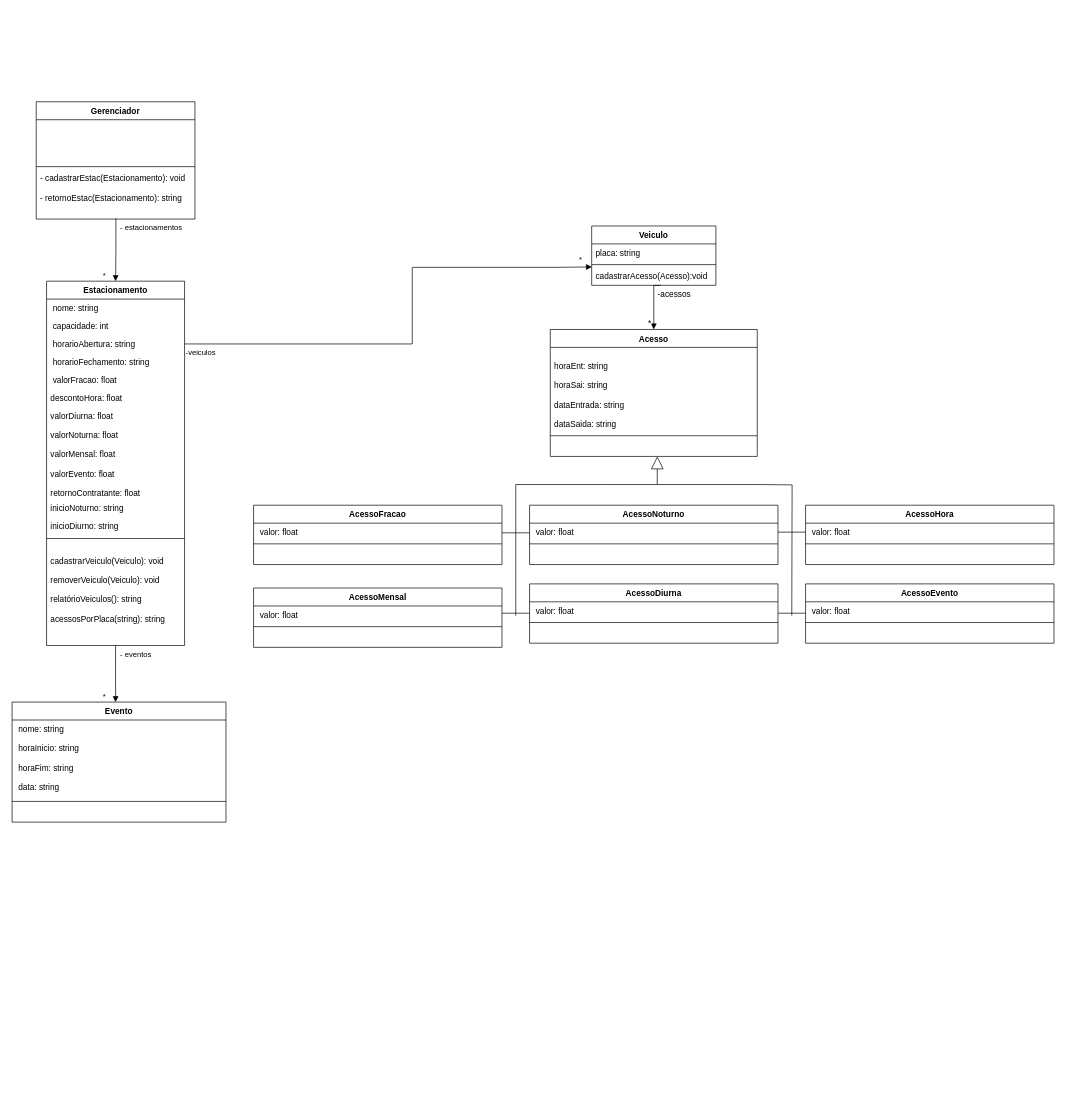
The draw.io diagram page "Classes" (1 of 2) of Trabalho1_estacionamento.drawio in ItaloBrunoM/OO_trabalho, before the edit. Source tidied: cells renumbered, new cells numbered last; positions are measured from the earlier drawing's top-left corner, leaving out a move shared by most shapes. Both pictures are drawn from the tidied source at 69%, with x=0, y=0 at pixel (12, 101).
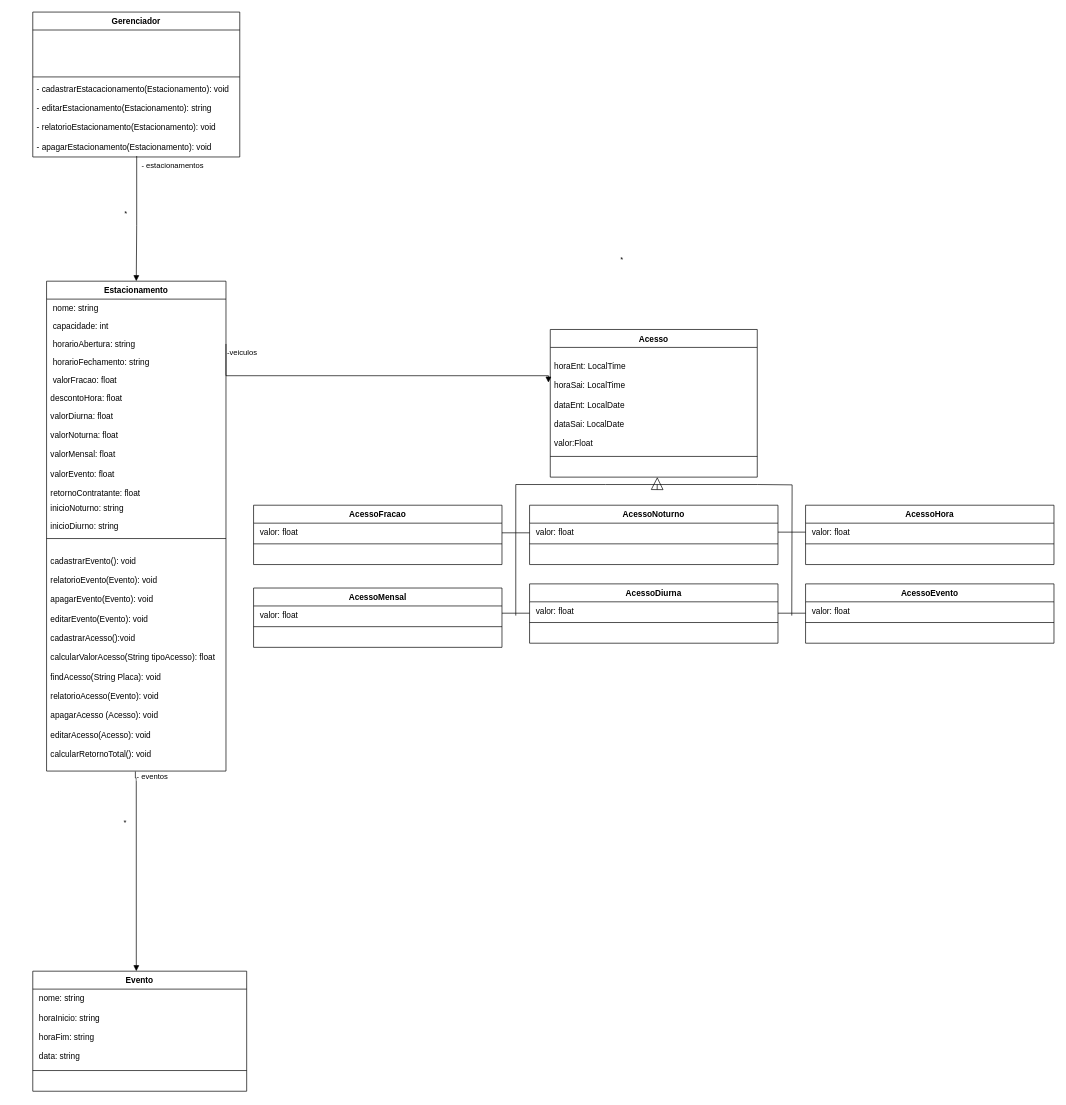
Above is the later version.

Change to the diagram source:
```diff
@@
     <mxCell id="2" value="Estacionamento&#10;" style="swimlane;fontStyle=1;align=center;verticalAlign=top;horizontal=1;startSize=26;" parent="1" vertex="1">
-      <mxGeometry x="50" y="260" width="200" height="528" as="geometry" />
+      <mxGeometry x="50" y="260" width="260" height="710" as="geometry" />
     </mxCell>
     <mxCell id="3" value=" nome: string" style="text;strokeColor=none;fillColor=none;align=left;verticalAlign=top;spacingLeft=4;spacingRight=4;overflow=hidden;" parent="2" vertex="1">
-      <mxGeometry y="26" width="200" height="26" as="geometry" />
+      <mxGeometry y="26" width="260" height="26" as="geometry" />
     </mxCell>
     <mxCell id="4" value=" capacidade: int&#10;" style="text;strokeColor=none;fillColor=none;align=left;verticalAlign=top;spacingLeft=4;spacingRight=4;overflow=hidden;" parent="2" vertex="1">
-      <mxGeometry y="52" width="200" height="26" as="geometry" />
+      <mxGeometry y="52" width="260" height="26" as="geometry" />
     </mxCell>
     <mxCell id="5" value=" horarioAbertura: string" style="text;strokeColor=none;fillColor=none;align=left;verticalAlign=top;spacingLeft=4;spacingRight=4;overflow=hidden;points=[[0,0.5],[1,0.5]];portConstraint=eastwest;" parent="2" vertex="1">
-      <mxGeometry y="78" width="200" height="26" as="geometry" />
+      <mxGeometry y="78" width="260" height="26" as="geometry" />
     </mxCell>
     <mxCell id="6" value=" horarioFechamento: string" style="text;strokeColor=none;fillColor=none;align=left;verticalAlign=top;spacingLeft=4;spacingRight=4;overflow=hidden;" parent="2" vertex="1">
-      <mxGeometry y="104" width="200" height="26" as="geometry" />
+      <mxGeometry y="104" width="260" height="26" as="geometry" />
     </mxCell>
     <mxCell id="7" value=" valorFracao: float&#10;" style="text;strokeColor=none;fillColor=none;align=left;verticalAlign=top;spacingLeft=4;spacingRight=4;overflow=hidden;" parent="2" vertex="1">
-      <mxGeometry y="130" width="200" height="26" as="geometry" />
+      <mxGeometry y="130" width="260" height="26" as="geometry" />
     </mxCell>
     <mxCell id="8" value="descontoHora: float" style="text;strokeColor=none;fillColor=none;align=left;verticalAlign=top;spacingLeft=4;spacingRight=4;overflow=hidden;" parent="2" vertex="1">
-      <mxGeometry y="156" width="200" height="26" as="geometry" />
+      <mxGeometry y="156" width="260" height="26" as="geometry" />
     </mxCell>
     <mxCell id="9" value="valorDiurna: float&#10;&#10;valorNoturna: float&#10;&#10;valorMensal: float&#10;&#10;valorEvento: float&#10;&#10;retornoContratante: float&#10;&#10;" style="text;strokeColor=none;fillColor=none;align=left;verticalAlign=top;spacingLeft=4;spacingRight=4;overflow=hidden;" parent="2" vertex="1">
-      <mxGeometry y="182" width="200" height="134" as="geometry" />
+      <mxGeometry y="182" width="260" height="134" as="geometry" />
     </mxCell>
     <mxCell id="10" value="inicioNoturno: string" style="text;strokeColor=none;fillColor=none;align=left;verticalAlign=top;spacingLeft=4;spacingRight=4;overflow=hidden;" parent="2" vertex="1">
-      <mxGeometry y="316" width="200" height="26" as="geometry" />
+      <mxGeometry y="316" width="260" height="26" as="geometry" />
     </mxCell>
     <mxCell id="11" value="inicioDiurno: string" style="text;strokeColor=none;fillColor=none;align=left;verticalAlign=top;spacingLeft=4;spacingRight=4;overflow=hidden;" parent="2" vertex="1">
-      <mxGeometry y="342" width="200" height="26" as="geometry" />
+      <mxGeometry y="342" width="260" height="26" as="geometry" />
     </mxCell>
     <mxCell id="12" style="line;strokeWidth=1;fillColor=none;align=left;verticalAlign=middle;spacingTop=-1;spacingLeft=3;spacingRight=3;labelPosition=right;" parent="2" vertex="1">
-      <mxGeometry y="368" width="200" height="10" as="geometry" />
+      <mxGeometry y="368" width="260" height="10" as="geometry" />
     </mxCell>
-    <mxCell id="13" value="&#10;cadastrarVeiculo(Veiculo): void&#10;&#10;removerVeiculo(Veiculo): void&#10;&#10;relatórioVeiculos(): string&#10;&#10;acessosPorPlaca(string): string&#10;" style="text;strokeColor=none;fillColor=none;align=left;verticalAlign=top;spacingLeft=4;spacingRight=4;overflow=hidden;points=[[0,0.5],[1,0.5]];portConstraint=eastwest;" parent="2" vertex="1">
-      <mxGeometry y="378" width="200" height="150" as="geometry" />
+    <mxCell id="13" value="&#10;cadastrarEvento(): void&#10;&#10;relatorioEvento(Evento): void&#10;&#10;apagarEvento(Evento): void&#10;&#10;editarEvento(Evento): void&#10;&#10;cadastrarAcesso():void&#10;&#10;calcularValorAcesso(String tipoAcesso): float&#10;&#10;findAcesso(String Placa): void&#10;&#10;relatorioAcesso(Evento): void&#10;&#10;apagarAcesso (Acesso): void&#10;&#10;editarAcesso(Acesso): void&#10;&#10;calcularRetornoTotal(): void" style="text;strokeColor=none;fillColor=none;align=left;verticalAlign=top;spacingLeft=4;spacingRight=4;overflow=hidden;points=[[0,0.5],[1,0.5]];portConstraint=eastwest;" parent="2" vertex="1">
+      <mxGeometry y="378" width="260" height="332" as="geometry" />
     </mxCell>
     <mxCell id="14" value="Acesso" style="swimlane;fontStyle=1;align=center;verticalAlign=top;horizontal=1;startSize=26;" parent="1" vertex="1">
-      <mxGeometry x="780" y="330" width="300" height="184" as="geometry" />
+      <mxGeometry x="780" y="330" width="300" height="214" as="geometry" />
     </mxCell>
-    <mxCell id="15" value="&#10;horaEnt: string&#10;&#10;horaSai: string&#10;&#10;dataEntrada: string&#10;&#10;dataSaida: string" style="text;strokeColor=none;fillColor=none;align=left;verticalAlign=top;spacingLeft=4;spacingRight=4;overflow=hidden;points=[[0,0.5],[1,0.5]];portConstraint=eastwest;" parent="14" vertex="1">
-      <mxGeometry y="26" width="300" height="124" as="geometry" />
+    <mxCell id="15" value="&#10;horaEnt: LocalTime&#10;&#10;horaSai: LocalTime&#10;&#10;dataEnt: LocalDate&#10;&#10;dataSai: LocalDate&#10;&#10;valor:Float" style="text;strokeColor=none;fillColor=none;align=left;verticalAlign=top;spacingLeft=4;spacingRight=4;overflow=hidden;points=[[0,0.5],[1,0.5]];portConstraint=eastwest;" parent="14" vertex="1">
+      <mxGeometry y="26" width="300" height="154" as="geometry" />
     </mxCell>
     <mxCell id="16" style="line;strokeWidth=1;fillColor=none;align=left;verticalAlign=middle;spacingTop=-1;spacingLeft=3;spacingRight=3;labelPosition=right;" parent="14" vertex="1">
-      <mxGeometry y="150" width="300" height="8" as="geometry" />
+      <mxGeometry y="180" width="300" height="8" as="geometry" />
     </mxCell>
     <mxCell id="17" value="&#10;&#10;" style="text;strokeColor=none;fillColor=none;align=left;verticalAlign=top;spacingLeft=4;spacingRight=4;overflow=hidden;points=[[0,0.5],[1,0.5]];portConstraint=eastwest;" parent="14" vertex="1">
-      <mxGeometry y="158" width="300" height="26" as="geometry" />
+      <mxGeometry y="188" width="300" height="26" as="geometry" />
     </mxCell>
-    <mxCell id="18" value="-veiculos" style="endArrow=block;endFill=1;html=1;edgeStyle=orthogonalEdgeStyle;align=left;verticalAlign=top;rounded=0;exitX=1;exitY=0.5;exitDx=0;exitDy=0;entryX=0.002;entryY=-0.025;entryDx=0;entryDy=0;entryPerimeter=0;" parent="1" edge="1" source="5" target="67">
+    <mxCell id="18" value="-veiculos" style="endArrow=block;endFill=1;html=1;edgeStyle=orthogonalEdgeStyle;align=left;verticalAlign=top;rounded=0;exitX=1;exitY=0.5;exitDx=0;exitDy=0;entryX=-0.009;entryY=0.331;entryDx=0;entryDy=0;entryPerimeter=0;" parent="1" edge="1" source="5" target="15">
       <mxGeometry x="-1" relative="1" as="geometry">
         <Array as="points">
-          <mxPoint x="580" y="351" />
-          <mxPoint x="580" y="240" />
-          <mxPoint x="788" y="240" />
+          <mxPoint x="310" y="397" />
         </Array>
       </mxGeometry>
     </mxCell>
@@
     <mxCell id="44" value="Evento" style="swimlane;fontStyle=1;align=center;verticalAlign=top;horizontal=1;startSize=26;" parent="1" vertex="1">
-      <mxGeometry y="870" width="310" height="174" as="geometry" />
+      <mxGeometry x="30" y="1260" width="310" height="174" as="geometry" />
     </mxCell>
@@
     <mxCell id="56" value="- eventos" style="endArrow=block;endFill=1;html=1;edgeStyle=orthogonalEdgeStyle;align=left;verticalAlign=top;rounded=0;entryX=0.484;entryY=0;entryDx=0;entryDy=0;exitX=0.495;exitY=1.002;exitDx=0;exitDy=0;exitPerimeter=0;entryPerimeter=0;" parent="1" edge="1" source="13" target="44">
       <mxGeometry x="-1" y="-6" relative="1" as="geometry">
         <Array as="points">
-          <mxPoint x="150" y="788" />
+          <mxPoint x="179" y="980" />
+          <mxPoint x="180" y="980" />
         </Array>
         <mxPoint x="6" y="-6" as="offset" />
       </mxGeometry>
     </mxCell>
@@
     <mxCell id="58" value="Gerenciador&#10;" style="swimlane;fontStyle=1;align=center;verticalAlign=top;horizontal=1;startSize=26;" parent="1" vertex="1">
-      <mxGeometry x="35" width="230" height="170" as="geometry" />
+      <mxGeometry x="30" y="-130" width="300" height="210" as="geometry" />
     </mxCell>
     <mxCell id="59" value="&#10;&#10;" style="text;strokeColor=none;fillColor=none;align=left;verticalAlign=top;spacingLeft=4;spacingRight=4;overflow=hidden;" parent="58" vertex="1">
-      <mxGeometry y="26" width="230" height="64" as="geometry" />
+      <mxGeometry y="26" width="300" height="64" as="geometry" />
     </mxCell>
     <mxCell id="60" style="line;strokeWidth=1;fillColor=none;align=left;verticalAlign=middle;spacingTop=-1;spacingLeft=3;spacingRight=3;labelPosition=right;" parent="58" vertex="1">
-      <mxGeometry y="90" width="230" height="8" as="geometry" />
+      <mxGeometry y="90" width="300" height="8" as="geometry" />
     </mxCell>
-    <mxCell id="61" value="- cadastrarEstac(Estacionamento): void&#10;&#10;- retornoEstac(Estacionamento): string" style="text;strokeColor=none;fillColor=none;align=left;verticalAlign=top;spacingLeft=4;spacingRight=4;overflow=hidden;points=[[0,0.5],[1,0.5]];portConstraint=eastwest;" parent="58" vertex="1">
-      <mxGeometry y="98" width="230" height="72" as="geometry" />
+    <mxCell id="61" value="- cadastrarEstacacionamento(Estacionamento): void&#10;&#10;- editarEstacionamento(Estacionamento): string&#10;&#10;- relatorioEstacionamento(Estacionamento): void&#10;&#10;- apagarEstacionamento(Estacionamento): void" style="text;strokeColor=none;fillColor=none;align=left;verticalAlign=top;spacingLeft=4;spacingRight=4;overflow=hidden;points=[[0,0.5],[1,0.5]];portConstraint=eastwest;" parent="58" vertex="1">
+      <mxGeometry y="98" width="300" height="112" as="geometry" />
     </mxCell>
     <mxCell id="62" value="- estacionamentos" style="endArrow=block;endFill=1;html=1;edgeStyle=orthogonalEdgeStyle;align=left;verticalAlign=top;rounded=0;exitX=0.502;exitY=0.988;exitDx=0;exitDy=0;exitPerimeter=0;entryX=0.5;entryY=0;entryDx=0;entryDy=0;" parent="1" edge="1" source="61" target="2">
-      <mxGeometry x="-1" y="5" relative="1" as="geometry" />
+      <mxGeometry x="-1" y="5" relative="1" as="geometry">
+        <Array as="points">
+          <mxPoint x="180" y="179" />
+        </Array>
+      </mxGeometry>
     </mxCell>
@@
-    <mxCell id="64" value="Veiculo" style="swimlane;fontStyle=1;align=center;verticalAlign=top;horizontal=1;startSize=26;labelBackgroundColor=#FFFFFF;fontFamily=Helvetica;fontSize=12;fontColor=#000000;" parent="1" vertex="1">
-      <mxGeometry x="840" y="180" width="180" height="86" as="geometry" />
-    </mxCell>
-    <mxCell id="65" value="placa: string" style="text;strokeColor=none;fillColor=none;align=left;verticalAlign=top;spacingLeft=4;spacingRight=4;overflow=hidden;labelBackgroundColor=#FFFFFF;fontFamily=Helvetica;fontSize=12;fontColor=#000000;" parent="64" vertex="1">
-      <mxGeometry y="26" width="180" height="26" as="geometry" />
-    </mxCell>
-    <mxCell id="66" style="line;strokeWidth=1;fillColor=none;align=left;verticalAlign=middle;spacingTop=-1;spacingLeft=3;spacingRight=3;labelPosition=right;labelBackgroundColor=#FFFFFF;fontFamily=Helvetica;fontSize=12;fontColor=#000000;" parent="64" vertex="1">
-      <mxGeometry y="52" width="180" height="8" as="geometry" />
-    </mxCell>
-    <mxCell id="67" value="cadastrarAcesso(Acesso):void" style="text;strokeColor=none;fillColor=none;align=left;verticalAlign=top;spacingLeft=4;spacingRight=4;overflow=hidden;points=[[0,0.5],[1,0.5]];portConstraint=eastwest;labelBackgroundColor=#FFFFFF;fontFamily=Helvetica;fontSize=12;fontColor=#000000;" parent="64" vertex="1">
-      <mxGeometry y="60" width="180" height="26" as="geometry" />
-    </mxCell>
-    <mxCell id="68" value="-acessos" style="endArrow=block;endFill=1;html=1;edgeStyle=orthogonalEdgeStyle;align=left;verticalAlign=top;rounded=0;fontFamily=Helvetica;fontSize=12;fontColor=#000000;entryX=0.5;entryY=0;entryDx=0;entryDy=0;exitX=0.554;exitY=1.002;exitDx=0;exitDy=0;exitPerimeter=0;" parent="1" edge="1" source="67" target="14">
-      <mxGeometry x="-1" y="6" relative="1" as="geometry">
-        <Array as="points">
-          <mxPoint x="930" y="270" />
-          <mxPoint x="930" y="270" />
-        </Array>
-        <mxPoint x="-6" y="-6" as="offset" />
-      </mxGeometry>
-    </mxCell>
-    <mxCell id="69" value="*" style="edgeLabel;html=1;align=left;verticalAlign=bottom;labelBackgroundColor=#FFFFFF;fontFamily=Helvetica;fontSize=12;fontColor=#000000;" parent="68" vertex="1">
-      <mxGeometry x="-1" relative="1" as="geometry">
-        <mxPoint x="-20" y="64" as="offset" />
-      </mxGeometry>
-    </mxCell>
```
